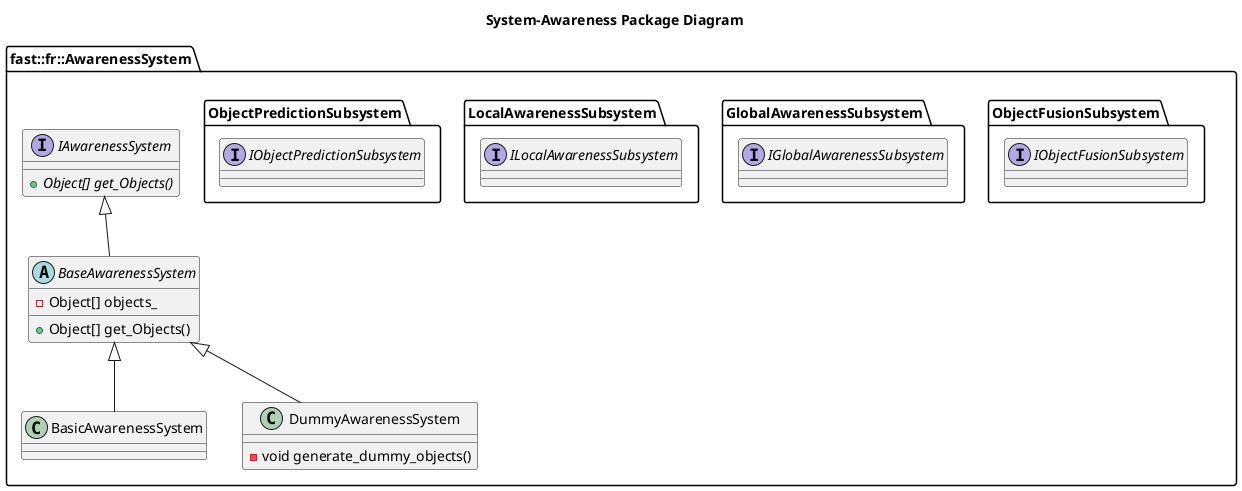
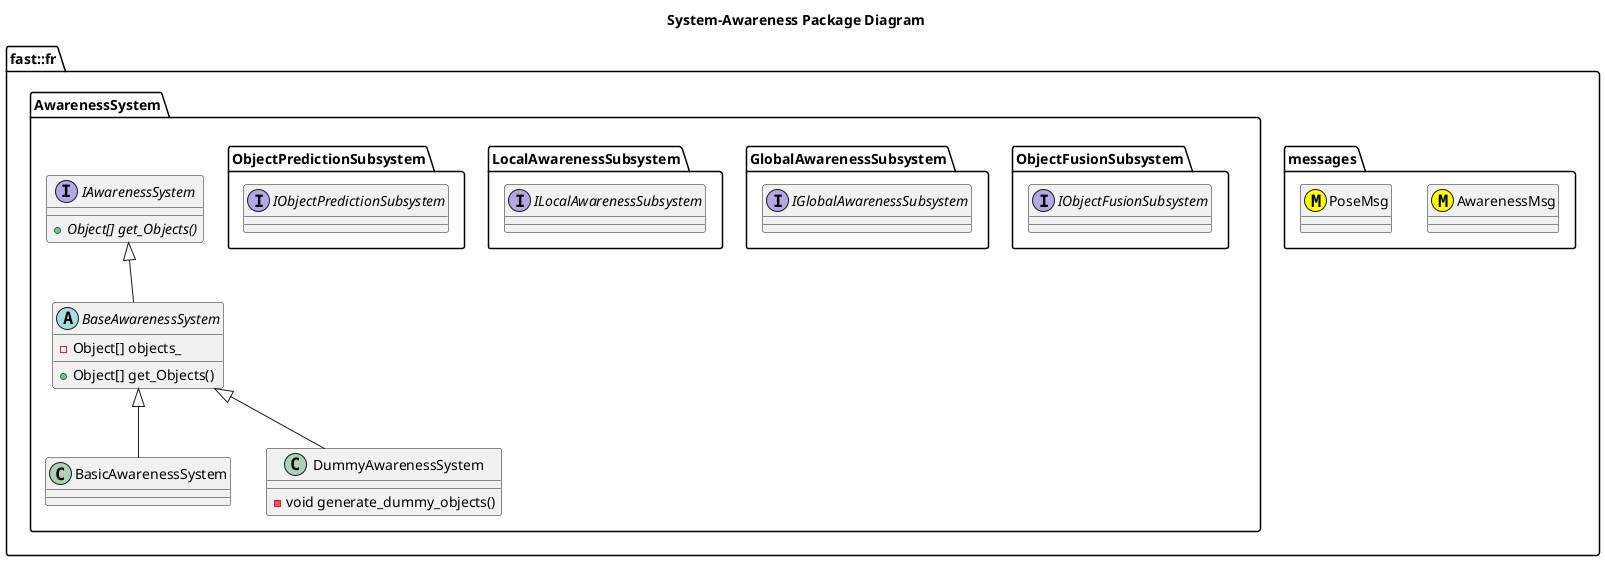
@startuml
title System-Awareness Package Diagram

- namespace fast::fr::AwarenessSystem {
-   together {
-     namespace ObjectFusionSubsystem {
-       interface IObjectFusionSubsystem
+ namespace fast::fr {
+   namespace messages {
+     class AwarenessMsg <<(M,#FFFF00) >>
+     class PoseMsg <<(M,#FFFF00) >>
+   }
+   namespace AwarenessSystem {
+     together {
+       namespace ObjectFusionSubsystem {
+         interface IObjectFusionSubsystem
+ 
+       }
+       namespace GlobalAwarenessSubsystem {
+         interface IGlobalAwarenessSubsystem
+       }
+       namespace LocalAwarenessSubsystem {
+         interface ILocalAwarenessSubsystem
+       }
+       namespace ObjectPredictionSubsystem {
+         interface IObjectPredictionSubsystem
+       }
+     }
+     interface IAwarenessSystem {
+       +{abstract} Object[] get_Objects()
+     }
+     abstract BaseAwarenessSystem {
+       +Object[] get_Objects()
+       -Object[] objects_
+     }
+     IAwarenessSystem <|-- BaseAwarenessSystem
+     class BasicAwarenessSystem {

    }
-     namespace GlobalAwarenessSubsystem {
-       interface IGlobalAwarenessSubsystem
+     BaseAwarenessSystem <|-- BasicAwarenessSystem
+     class DummyAwarenessSystem {
+       -void generate_dummy_objects()
+ 
    }
-     namespace LocalAwarenessSubsystem {
-       interface ILocalAwarenessSubsystem
-     }
-     namespace ObjectPredictionSubsystem {
-       interface IObjectPredictionSubsystem
-     }
+     BaseAwarenessSystem <|-- DummyAwarenessSystem
  }
-   interface IAwarenessSystem {
-     +{abstract} Object[] get_Objects()
-   }
-   abstract BaseAwarenessSystem {
-     +Object[] get_Objects()
-     -Object[] objects_
-   }
-   IAwarenessSystem <|-- BaseAwarenessSystem
-   class BasicAwarenessSystem {
- 
-   }
-   BaseAwarenessSystem <|-- BasicAwarenessSystem
-   class DummyAwarenessSystem {
-     -void generate_dummy_objects()
- 
-   }
-   BaseAwarenessSystem <|-- DummyAwarenessSystem
- 
}
@enduml